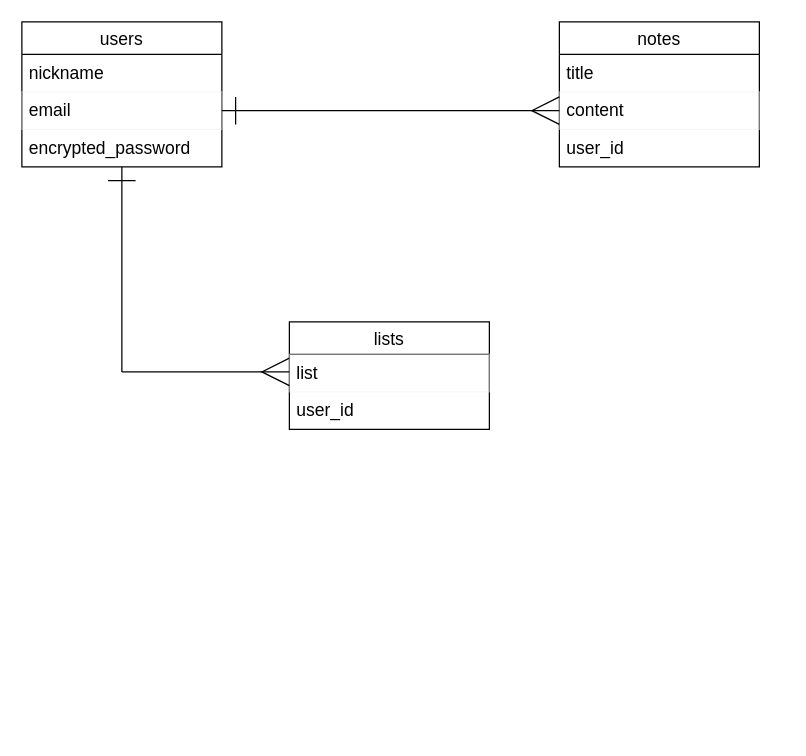
The draw.io diagram memo.dio in jum113/list-app, before the edit. Source tidied: cells renumbered, new cells numbered last; positions are measured from the earlier drawing's top-left corner, leaving out a move shared by most shapes. Both pictures are drawn from the tidied source at 125%, with x=0, y=0 at pixel (21, 21).
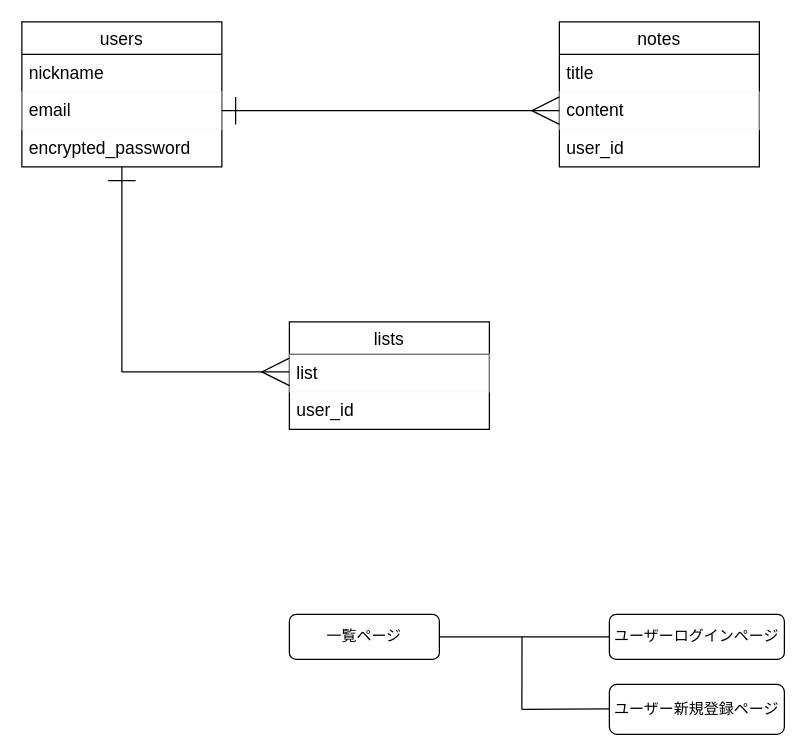
Above is the later version.

The edit, as a diff of the source:
```diff
@@
+    <mxCell id="16" style="edgeStyle=none;html=1;entryX=0;entryY=0.5;entryDx=0;entryDy=0;endArrow=none;endFill=0;" parent="1" edge="1" source="17" target="18">
+      <mxGeometry relative="1" as="geometry" />
+    </mxCell>
+    <mxCell id="17" value="一覧ページ" style="rounded=1;whiteSpace=wrap;html=1;" parent="1" vertex="1">
+      <mxGeometry x="214" y="474" width="120" height="36" as="geometry" />
+    </mxCell>
+    <mxCell id="18" value="ユーザーログインページ" style="rounded=1;whiteSpace=wrap;html=1;" parent="1" vertex="1">
+      <mxGeometry x="470" y="474" width="140" height="36" as="geometry" />
+    </mxCell>
+    <mxCell id="19" value="ユーザー新規登録ページ" style="rounded=1;whiteSpace=wrap;html=1;" parent="1" vertex="1">
+      <mxGeometry x="470" y="530" width="140" height="40" as="geometry" />
+    </mxCell>
+    <mxCell id="20" style="edgeStyle=none;html=1;exitX=0.5;exitY=1;exitDx=0;exitDy=0;endArrow=none;endFill=0;" parent="1" edge="1">
+      <mxGeometry relative="1" as="geometry">
+        <mxPoint x="400.1" y="492" as="sourcePoint" />
+        <mxPoint x="400" y="550" as="targetPoint" />
+      </mxGeometry>
+    </mxCell>
+    <mxCell id="21" style="edgeStyle=none;html=1;entryX=0;entryY=0.5;entryDx=0;entryDy=0;endArrow=none;endFill=0;" parent="1" edge="1">
+      <mxGeometry relative="1" as="geometry">
+        <mxPoint x="400" y="550" as="sourcePoint" />
+        <mxPoint x="470" y="549.6" as="targetPoint" />
+      </mxGeometry>
+    </mxCell>
```
